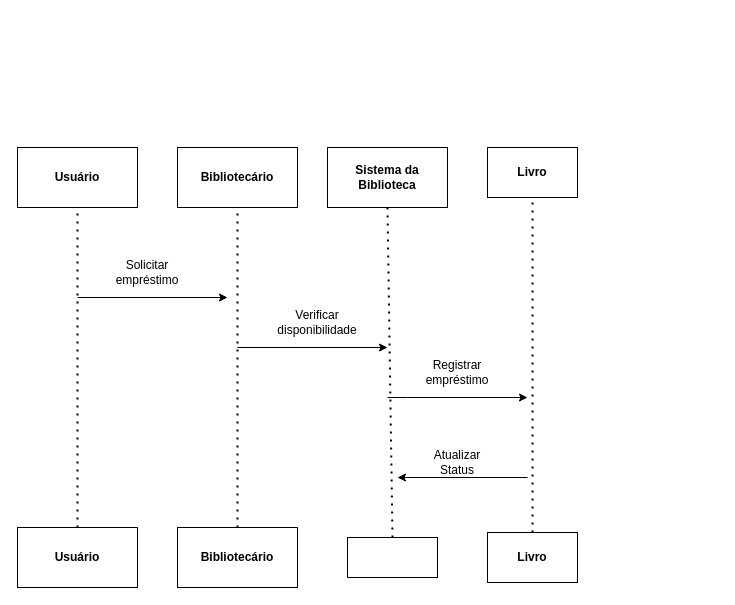
jkkauany/diagramaderequisitos keeps this draw.io diagram as page "Página-5" (5 of 5) of Diagrama sem nome.drawio. Above is the earlier version. Source tidied: cells renumbered, new cells numbered last; positions are measured from the earlier drawing's top-left corner, leaving out a move shared by most shapes. Both pictures are drawn from the tidied source at 100%, with x=0, y=0 at pixel (17, 147).
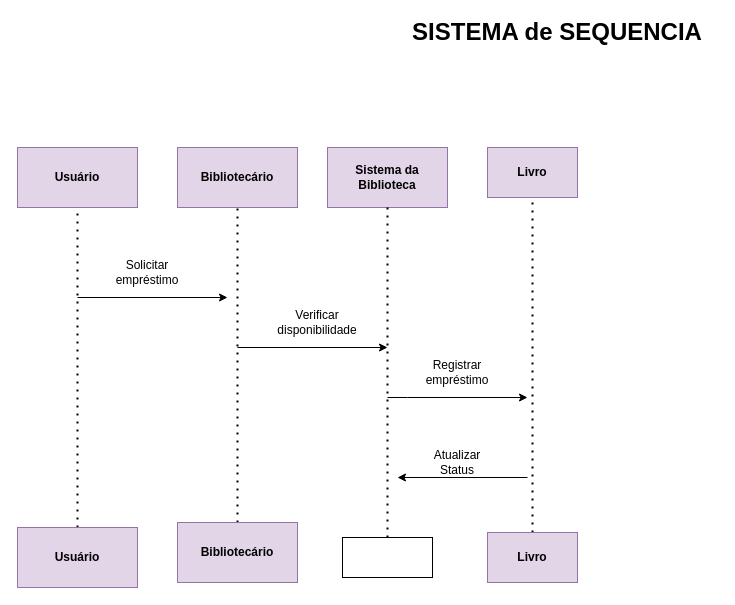
Above is the later version.

Change to the diagram source:
```diff
@@
-    <mxCell id="2" value="&lt;b&gt;Usuário&lt;/b&gt;" style="whiteSpace=wrap;html=1;align=center;newEdgeStyle={&quot;edgeStyle&quot;:&quot;elbowEdgeStyle&quot;,&quot;startArrow&quot;:&quot;none&quot;,&quot;endArrow&quot;:&quot;none&quot;};" parent="1" vertex="1">
+    <mxCell id="2" value="&lt;b&gt;Usuário&lt;/b&gt;" style="whiteSpace=wrap;html=1;align=center;newEdgeStyle={&quot;edgeStyle&quot;:&quot;elbowEdgeStyle&quot;,&quot;startArrow&quot;:&quot;none&quot;,&quot;endArrow&quot;:&quot;none&quot;};fillColor=#e1d5e7;strokeColor=#9673a6;" parent="1" vertex="1">
       <mxGeometry width="120" height="60" as="geometry" />
     </mxCell>
-    <mxCell id="3" value="&lt;b&gt;Bibliotecário&lt;/b&gt;" style="whiteSpace=wrap;html=1;align=center;newEdgeStyle={&quot;edgeStyle&quot;:&quot;elbowEdgeStyle&quot;,&quot;startArrow&quot;:&quot;none&quot;,&quot;endArrow&quot;:&quot;none&quot;};" parent="1" vertex="1">
+    <mxCell id="3" value="&lt;b&gt;Bibliotecário&lt;/b&gt;" style="whiteSpace=wrap;html=1;align=center;newEdgeStyle={&quot;edgeStyle&quot;:&quot;elbowEdgeStyle&quot;,&quot;startArrow&quot;:&quot;none&quot;,&quot;endArrow&quot;:&quot;none&quot;};fillColor=#e1d5e7;strokeColor=#9673a6;" parent="1" vertex="1">
       <mxGeometry x="160" width="120" height="60" as="geometry" />
     </mxCell>
-    <mxCell id="4" value="&lt;b&gt;Sistema da Biblioteca&lt;/b&gt;" style="whiteSpace=wrap;html=1;align=center;newEdgeStyle={&quot;edgeStyle&quot;:&quot;elbowEdgeStyle&quot;,&quot;startArrow&quot;:&quot;none&quot;,&quot;endArrow&quot;:&quot;none&quot;};" parent="1" vertex="1">
+    <mxCell id="4" value="&lt;b&gt;Sistema da Biblioteca&lt;/b&gt;" style="whiteSpace=wrap;html=1;align=center;newEdgeStyle={&quot;edgeStyle&quot;:&quot;elbowEdgeStyle&quot;,&quot;startArrow&quot;:&quot;none&quot;,&quot;endArrow&quot;:&quot;none&quot;};fillColor=#e1d5e7;strokeColor=#9673a6;" parent="1" vertex="1">
       <mxGeometry x="310" width="120" height="60" as="geometry" />
     </mxCell>
-    <mxCell id="5" value="&lt;b&gt;Livro&lt;/b&gt;" style="whiteSpace=wrap;html=1;align=center;newEdgeStyle={&quot;edgeStyle&quot;:&quot;elbowEdgeStyle&quot;,&quot;startArrow&quot;:&quot;none&quot;,&quot;endArrow&quot;:&quot;none&quot;};" parent="1" vertex="1">
+    <mxCell id="5" value="&lt;b&gt;Livro&lt;/b&gt;" style="whiteSpace=wrap;html=1;align=center;newEdgeStyle={&quot;edgeStyle&quot;:&quot;elbowEdgeStyle&quot;,&quot;startArrow&quot;:&quot;none&quot;,&quot;endArrow&quot;:&quot;none&quot;};fillColor=#e1d5e7;strokeColor=#9673a6;" parent="1" vertex="1">
       <mxGeometry x="470" width="90" height="50" as="geometry" />
     </mxCell>
@@
-    <mxCell id="7" value="&lt;b&gt;Usuário&lt;/b&gt;" style="whiteSpace=wrap;html=1;align=center;newEdgeStyle={&quot;edgeStyle&quot;:&quot;elbowEdgeStyle&quot;,&quot;startArrow&quot;:&quot;none&quot;,&quot;endArrow&quot;:&quot;none&quot;};" parent="1" vertex="1">
+    <mxCell id="7" value="&lt;b&gt;Usuário&lt;/b&gt;" style="whiteSpace=wrap;html=1;align=center;newEdgeStyle={&quot;edgeStyle&quot;:&quot;elbowEdgeStyle&quot;,&quot;startArrow&quot;:&quot;none&quot;,&quot;endArrow&quot;:&quot;none&quot;};fillColor=#e1d5e7;strokeColor=#9673a6;" parent="1" vertex="1">
       <mxGeometry y="380" width="120" height="60" as="geometry" />
     </mxCell>
@@
-    <mxCell id="9" value="&lt;b&gt;Bibliotecário&lt;/b&gt;" style="whiteSpace=wrap;html=1;align=center;newEdgeStyle={&quot;edgeStyle&quot;:&quot;elbowEdgeStyle&quot;,&quot;startArrow&quot;:&quot;none&quot;,&quot;endArrow&quot;:&quot;none&quot;};" parent="1" vertex="1">
-      <mxGeometry x="160" y="380" width="120" height="60" as="geometry" />
+    <mxCell id="9" value="&lt;b&gt;Bibliotecário&lt;/b&gt;" style="whiteSpace=wrap;html=1;align=center;newEdgeStyle={&quot;edgeStyle&quot;:&quot;elbowEdgeStyle&quot;,&quot;startArrow&quot;:&quot;none&quot;,&quot;endArrow&quot;:&quot;none&quot;};fillColor=#e1d5e7;strokeColor=#9673a6;" parent="1" vertex="1">
+      <mxGeometry x="160" y="375" width="120" height="60" as="geometry" />
     </mxCell>
@@
     <mxCell id="11" style="whiteSpace=wrap;html=1;align=center;newEdgeStyle={&quot;edgeStyle&quot;:&quot;elbowEdgeStyle&quot;,&quot;startArrow&quot;:&quot;none&quot;,&quot;endArrow&quot;:&quot;none&quot;};" parent="1" vertex="1">
-      <mxGeometry x="330" y="390" width="90" height="40" as="geometry" />
+      <mxGeometry x="325" y="390" width="90" height="40" as="geometry" />
     </mxCell>
@@
-    <mxCell id="13" value="&lt;b&gt;Livro&lt;/b&gt;" style="whiteSpace=wrap;html=1;align=center;newEdgeStyle={&quot;edgeStyle&quot;:&quot;elbowEdgeStyle&quot;,&quot;startArrow&quot;:&quot;none&quot;,&quot;endArrow&quot;:&quot;none&quot;};" parent="1" vertex="1">
+    <mxCell id="13" value="&lt;b&gt;Livro&lt;/b&gt;" style="whiteSpace=wrap;html=1;align=center;newEdgeStyle={&quot;edgeStyle&quot;:&quot;elbowEdgeStyle&quot;,&quot;startArrow&quot;:&quot;none&quot;,&quot;endArrow&quot;:&quot;none&quot;};fillColor=#e1d5e7;strokeColor=#9673a6;" parent="1" vertex="1">
       <mxGeometry x="470" y="385" width="90" height="50" as="geometry" />
     </mxCell>
@@
+    <mxCell id="22" value="&lt;b&gt;&lt;font style=&quot;font-size: 24px;&quot;&gt;SISTEMA de SEQUENCIA&lt;/font&gt;&lt;/b&gt;" style="text;html=1;align=center;verticalAlign=middle;whiteSpace=wrap;rounded=0;" parent="1" vertex="1">
+      <mxGeometry x="380" y="-130" width="320" height="30" as="geometry" />
+    </mxCell>
```
